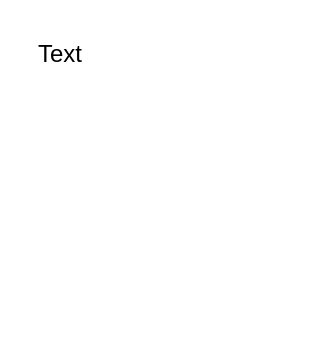
Before: 未命名表单.drawio in k525056857/mfr, a draw.io diagram. Source tidied: cells renumbered, new cells numbered last; positions are measured from the earlier drawing's top-left corner, leaving out a move shared by most shapes. Both pictures are drawn from the tidied source at 200%, with x=0, y=0 at pixel (34, 34).
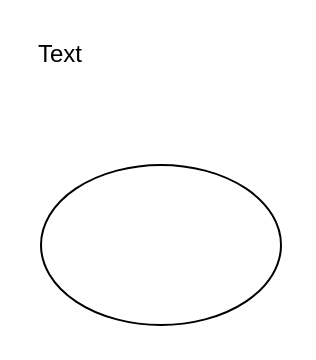
The same diagram, later.

Commit message:
更新未命名表单.drawio

What changed in the source:
```diff
@@
 <mxGraphModel>
   <root>
     <mxCell id="0" />
     <mxCell id="1" parent="0" />
     <mxCell id="2" value="Text" style="text;html=1;align=left;verticalAlign=top;spacingTop=-4;direction=south;" parent="1" vertex="1">
       <mxGeometry width="20" height="40" as="geometry" />
     </mxCell>
+    <mxCell id="3" style="ellipse;whiteSpace=wrap;html=1;" parent="1" vertex="1">
+      <mxGeometry x="3" y="65" width="120" height="80" as="geometry" />
+    </mxCell>
   </root>
 </mxGraphModel>
```
